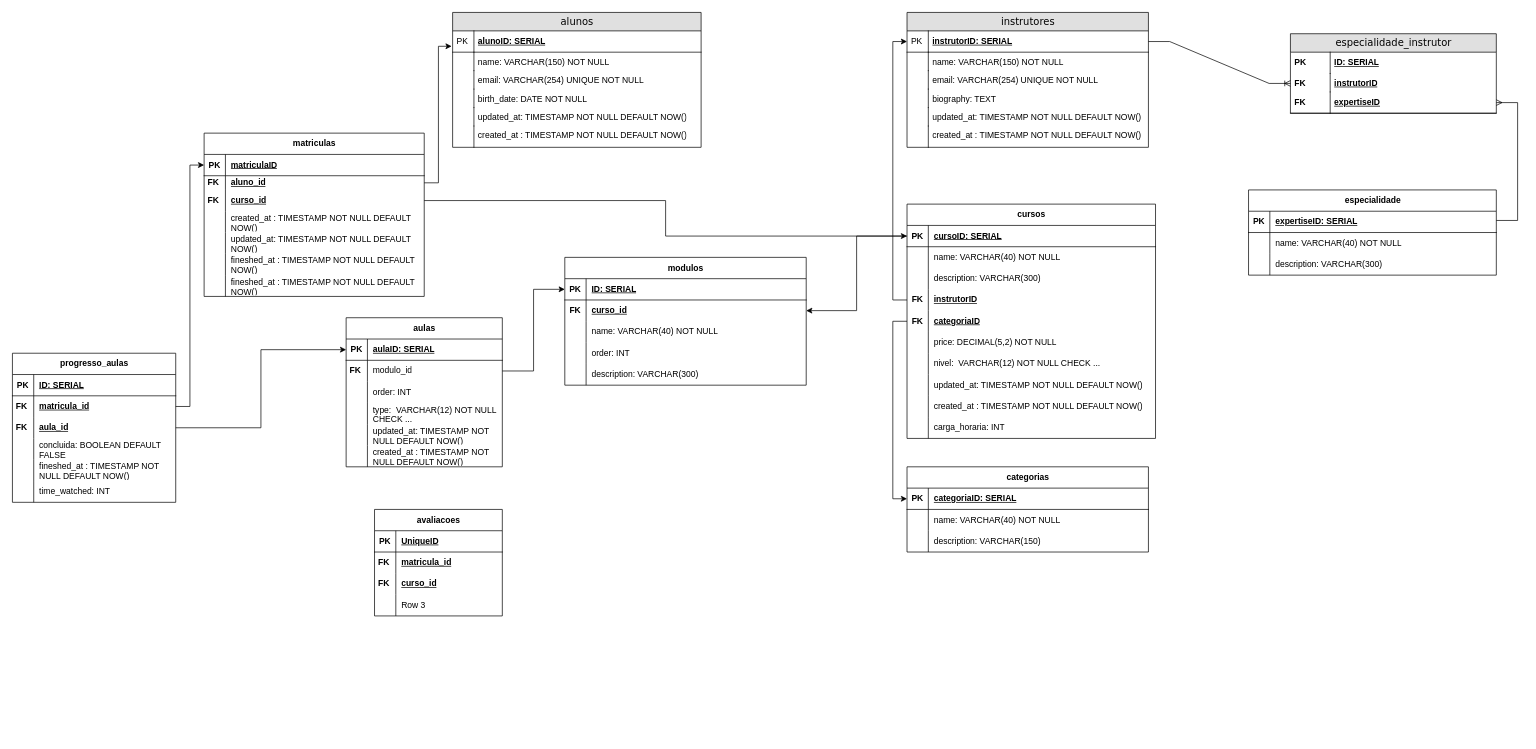
The draw.io diagram miniprojeto.drawio in GuilhermeClementeDev/MiniProjeto_CasaDigital, before the edit. Source tidied: cells renumbered, new cells numbered last; positions are measured from the earlier drawing's top-left corner, leaving out a move shared by most shapes. Both pictures are drawn from the tidied source at 71%, with x=0, y=0 at pixel (12, 12).
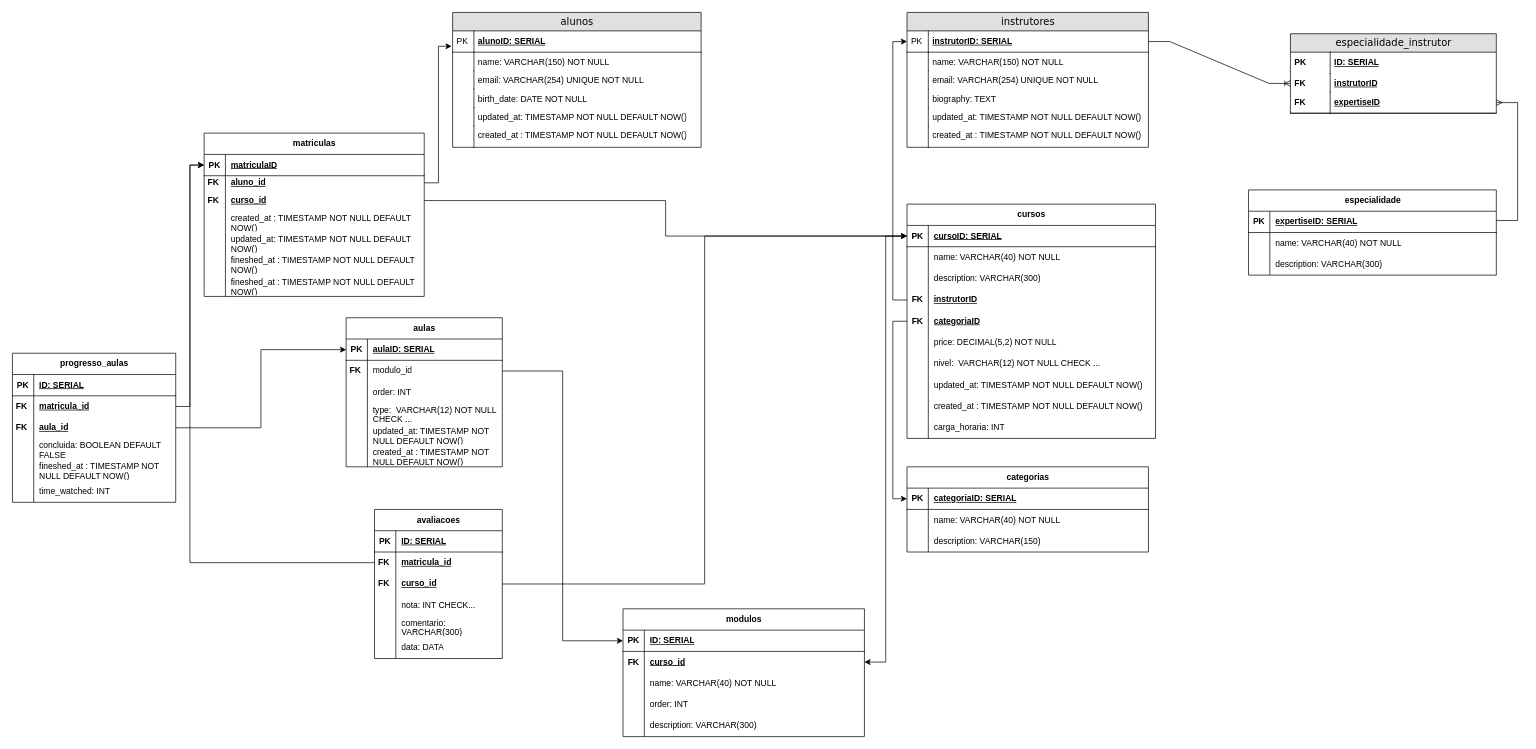
Above is the later version.

The change refers to these unchanged cells:
```xml
<mxCell id="58" style="shape=tableRow;horizontal=0;startSize=0;swimlaneHead=0;swimlaneBody=0;fillColor=none;points=[[0,0.5],[1,0.5]];portConstraint=eastwest;top=0;left=0;right=0;bottom=1;" parent="57" vertex="1">
  <mxGeometry y="30" width="350" height="30" as="geometry" />
</mxCell>
<mxCell id="128" style="shape=tableRow;horizontal=0;startSize=0;swimlaneHead=0;swimlaneBody=0;fillColor=none;points=[[0,0.5],[1,0.5]];portConstraint=eastwest;top=0;left=0;right=0;bottom=1;" parent="127" vertex="1">
  <mxGeometry y="30" width="310" height="30" as="geometry" />
</mxCell>
<mxCell id="173" style="shape=tableRow;horizontal=0;startSize=0;swimlaneHead=0;swimlaneBody=0;fillColor=none;top=0;left=0;right=0;bottom=1;" parent="172" vertex="1">
  <mxGeometry y="30" width="180" height="30" as="geometry" />
</mxCell>
<mxCell id="176" style="shape=tableRow;horizontal=0;startSize=0;swimlaneHead=0;swimlaneBody=0;fillColor=none;points=[[0,0.5],[1,0.5]];portConstraint=eastwest;top=0;left=0;right=0;bottom=0;" parent="172" vertex="1">
  <mxGeometry y="60" width="180" height="30" as="geometry" />
</mxCell>
<mxCell id="179" style="shape=tableRow;horizontal=0;startSize=0;swimlaneHead=0;swimlaneBody=0;fillColor=none;points=[[0,0.5],[1,0.5]];portConstraint=eastwest;top=0;left=0;right=0;bottom=0;" parent="172" vertex="1">
  <mxGeometry y="90" width="180" height="30" as="geometry" />
</mxCell>
<mxCell id="182" style="shape=tableRow;horizontal=0;startSize=0;swimlaneHead=0;swimlaneBody=0;fillColor=none;top=0;left=0;right=0;bottom=0;" parent="172" vertex="1">
  <mxGeometry y="120" width="180" height="30" as="geometry" />
</mxCell>
```

Change to the diagram source:
```diff
@@
     <mxCell id="90" value="modulos" style="shape=table;startSize=30;childLayout=tableLayout;rowLines=0;fontStyle=1;align=center;html=1;" parent="1" vertex="1">
-      <mxGeometry x="778" y="345" width="340" height="180" as="geometry" />
+      <mxGeometry x="860" y="840" width="340" height="180" as="geometry" />
     </mxCell>
@@
     <mxCell id="172" value="avaliacoes" style="shape=table;startSize=30;childLayout=tableLayout;rowLines=0;fontStyle=1;align=center;html=1;" parent="1" vertex="1">
-      <mxGeometry x="510" y="700" width="180" height="150" as="geometry" />
+      <mxGeometry x="510" y="700" width="180" height="210" as="geometry" />
     </mxCell>
@@
-    <mxCell id="175" value="UniqueID" style="shape=partialRectangle;fillColor=none;top=0;left=0;bottom=0;right=0;align=left;spacingLeft=6;fontStyle=5;overflow=hidden;whiteSpace=wrap;html=1;" parent="173" vertex="1">
-      <mxGeometry x="30" width="150" height="30" as="geometry" />
-    </mxCell>
+    <mxCell id="185" value="ID: SERIAL" style="shape=partialRectangle;fillColor=none;top=0;left=0;bottom=0;right=0;align=left;spacingLeft=6;fontStyle=5;overflow=hidden;whiteSpace=wrap;html=1;" parent="173" vertex="1">
+      <mxGeometry x="30" width="150" height="30" as="geometry" />
+    </mxCell>
@@
-    <mxCell id="184" value="Row 3" style="shape=partialRectangle;fillColor=none;top=0;left=0;bottom=0;right=0;align=left;spacingLeft=6;overflow=hidden;whiteSpace=wrap;html=1;" parent="182" vertex="1">
+    <mxCell id="184" value="nota: INT CHECK..." style="shape=partialRectangle;fillColor=none;top=0;left=0;bottom=0;right=0;align=left;spacingLeft=6;overflow=hidden;whiteSpace=wrap;html=1;" parent="182" vertex="1">
       <mxGeometry x="30" width="150" height="30" as="geometry" />
     </mxCell>
+    <mxCell id="186" style="shape=tableRow;horizontal=0;startSize=0;swimlaneHead=0;swimlaneBody=0;fillColor=none;top=0;left=0;right=0;bottom=0;" parent="172" vertex="1">
+      <mxGeometry y="150" width="180" height="30" as="geometry" />
+    </mxCell>
+    <mxCell id="187" style="shape=partialRectangle;fillColor=none;top=0;left=0;bottom=0;right=0;overflow=hidden;whiteSpace=wrap;html=1;" parent="186" vertex="1">
+      <mxGeometry width="30" height="30" as="geometry" />
+    </mxCell>
+    <mxCell id="188" value="comentario: VARCHAR(300)" style="shape=partialRectangle;fillColor=none;top=0;left=0;bottom=0;right=0;align=left;spacingLeft=6;overflow=hidden;whiteSpace=wrap;html=1;" parent="186" vertex="1">
+      <mxGeometry x="30" width="150" height="30" as="geometry" />
+    </mxCell>
+    <mxCell id="189" style="shape=tableRow;horizontal=0;startSize=0;swimlaneHead=0;swimlaneBody=0;fillColor=none;top=0;left=0;right=0;bottom=0;" parent="172" vertex="1">
+      <mxGeometry y="180" width="180" height="30" as="geometry" />
+    </mxCell>
+    <mxCell id="190" style="shape=partialRectangle;fillColor=none;top=0;left=0;bottom=0;right=0;overflow=hidden;whiteSpace=wrap;html=1;" parent="189" vertex="1">
+      <mxGeometry width="30" height="30" as="geometry" />
+    </mxCell>
+    <mxCell id="191" value="data: DATA" style="shape=partialRectangle;fillColor=none;top=0;left=0;bottom=0;right=0;align=left;spacingLeft=6;overflow=hidden;whiteSpace=wrap;html=1;" parent="189" vertex="1">
+      <mxGeometry x="30" width="150" height="30" as="geometry" />
+    </mxCell>
+    <mxCell id="192" style="edgeStyle=orthogonalEdgeStyle;rounded=0;jettySize=auto;html=1;entryX=0;entryY=0.5;entryDx=0;entryDy=0;" parent="1" edge="1" source="176" target="128">
+      <mxGeometry relative="1" as="geometry" />
+    </mxCell>
+    <mxCell id="193" style="edgeStyle=orthogonalEdgeStyle;rounded=0;jettySize=auto;html=1;entryX=0;entryY=0.5;entryDx=0;entryDy=0;" parent="1" edge="1" source="179" target="58">
+      <mxGeometry relative="1" as="geometry" />
+    </mxCell>
```
